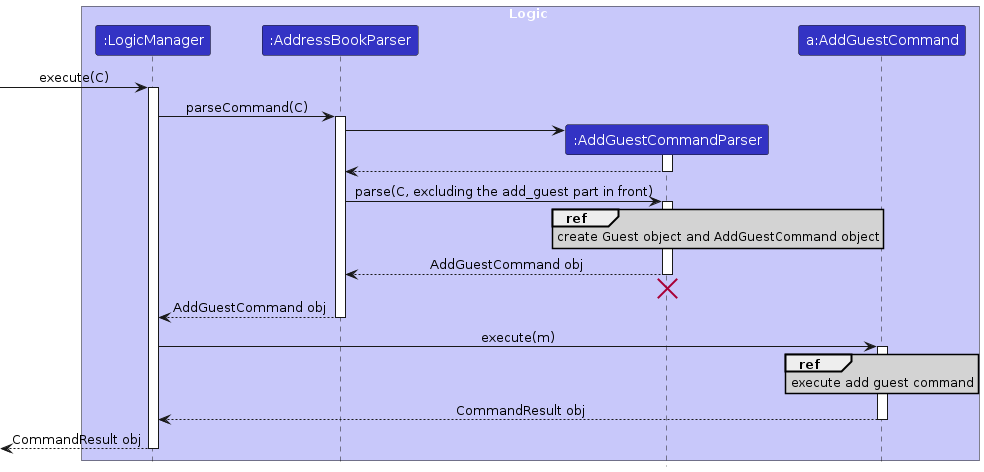
Earlier version of the PlantUML export diagrams/AddGuestSequenceDiagramP1.png (AY2425S1-CS2103T-F09-3/tp). Its source is kept beside it as diagrams/AddGuestSequenceDiagramP1.puml.
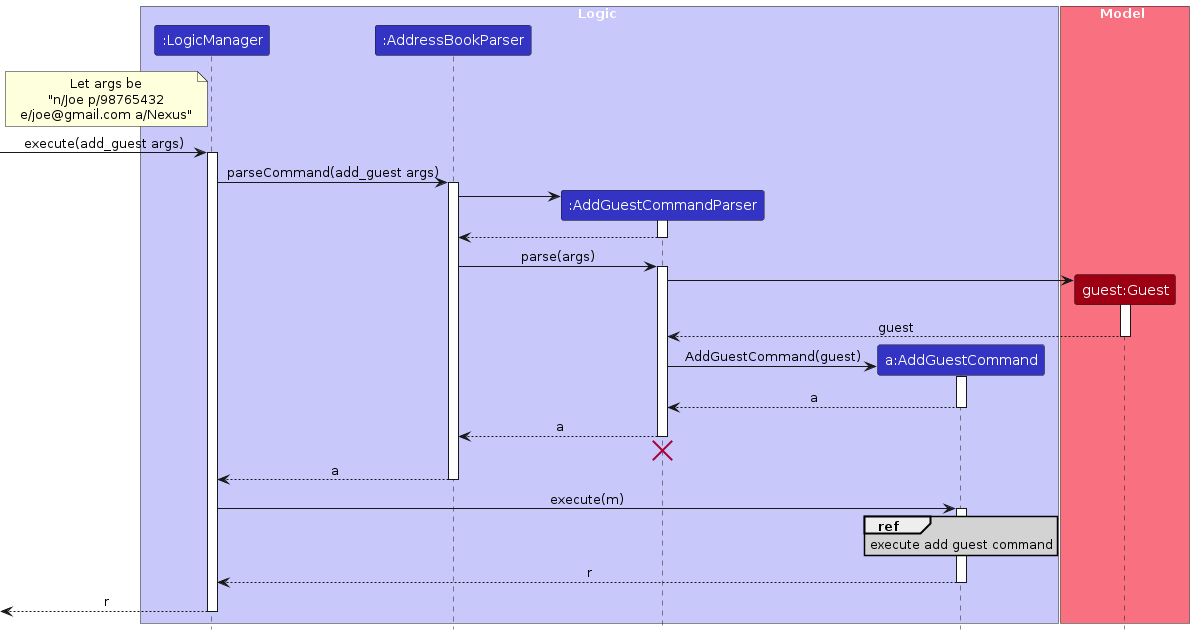
After the change.

Diff of the diagram source:
```diff
@@ -10,10 +10,19 @@
 participant "a:AddGuestCommand" as AddGuestCommand LOGIC_COLOR
 end box
 
-[-> LogicManager : execute(C)
+box Model MODEL_COLOR_T1
+participant "guest:Guest" as Guest MODEL_COLOR
+end box
+
+note left of LogicManager
+Let args be
+"n/Joe p/98765432
+e/joe@gmail.com a/Nexus"
+end note
+[-> LogicManager : execute(add_guest args)
 activate LogicManager
 
-LogicManager -> AddressBookParser : parseCommand(C)
+LogicManager -> AddressBookParser : parseCommand(add_guest args)
 activate AddressBookParser
 
 create AddGuestCommandParser
@@ -23,19 +32,28 @@
 AddGuestCommandParser --> AddressBookParser
 deactivate AddGuestCommandParser
 
-AddressBookParser -> AddGuestCommandParser : parse(C, excluding the add_guest part in front)
+AddressBookParser -> AddGuestCommandParser : parse(args)
 activate AddGuestCommandParser
+create Guest
+AddGuestCommandParser -> Guest
+activate Guest
 
-ref over AddGuestCommandParser
-   create Guest object and AddGuestCommand object
-end ref
+Guest --> AddGuestCommandParser : guest
+deactivate Guest
 
-AddGuestCommandParser --> AddressBookParser : AddGuestCommand obj
+create AddGuestCommand
+AddGuestCommandParser -> AddGuestCommand : AddGuestCommand(guest)
+activate AddGuestCommand
+
+AddGuestCommand --> AddGuestCommandParser : a
+deactivate AddGuestCommand
+
+AddGuestCommandParser --> AddressBookParser : a
 deactivate AddGuestCommandParser
 AddGuestCommandParser -[hidden]-> AddressBookParser
 destroy AddGuestCommandParser
 
-AddressBookParser --> LogicManager : AddGuestCommand obj
+AddressBookParser --> LogicManager : a
 deactivate AddressBookParser
 
 LogicManager -> AddGuestCommand : execute(m)
@@ -45,9 +63,9 @@
     execute add guest command
 end ref
 
-AddGuestCommand --> LogicManager : CommandResult obj
+AddGuestCommand --> LogicManager : r
 deactivate AddGuestCommand
 
-[<--LogicManager : CommandResult obj
+[<--LogicManager : r
 deactivate LogicManager
 @enduml
```
